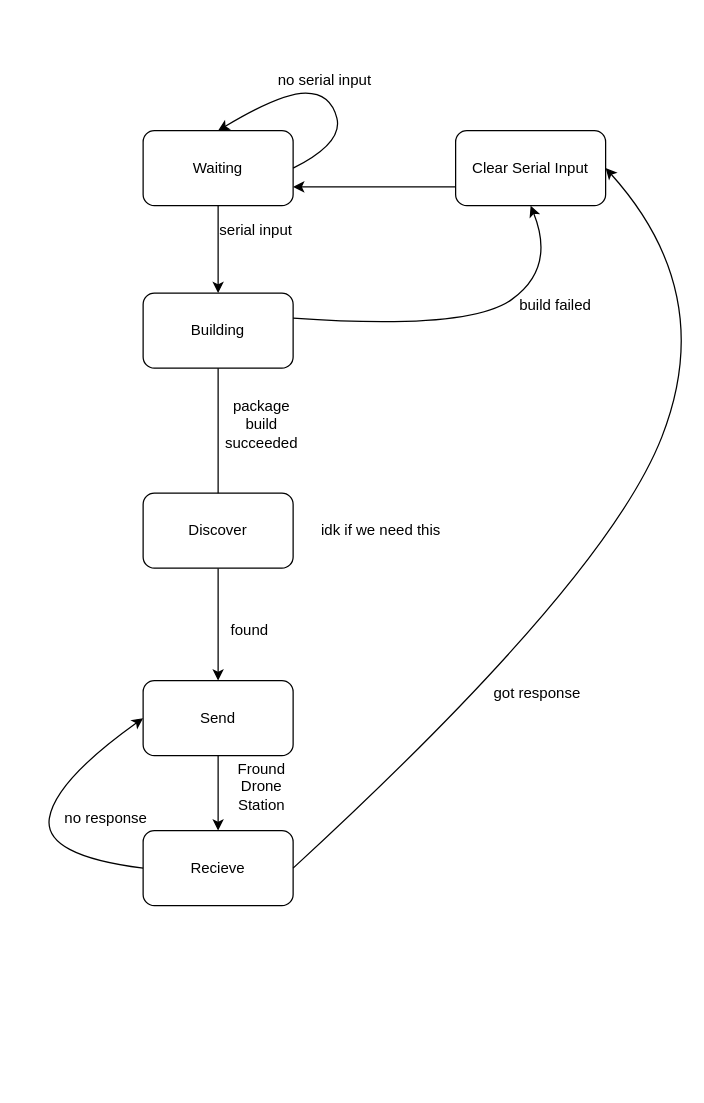
Above: documentation/Diagrams/Ground States.drawio in nkendler/esp32-lora-drone-delivery (draw.io), before the change. Source tidied: cells renumbered, new cells numbered last; positions are measured from the earlier drawing's top-left corner, leaving out a move shared by most shapes. Both pictures are drawn from the tidied source at 125%, with x=0, y=0 at pixel (42, 68).
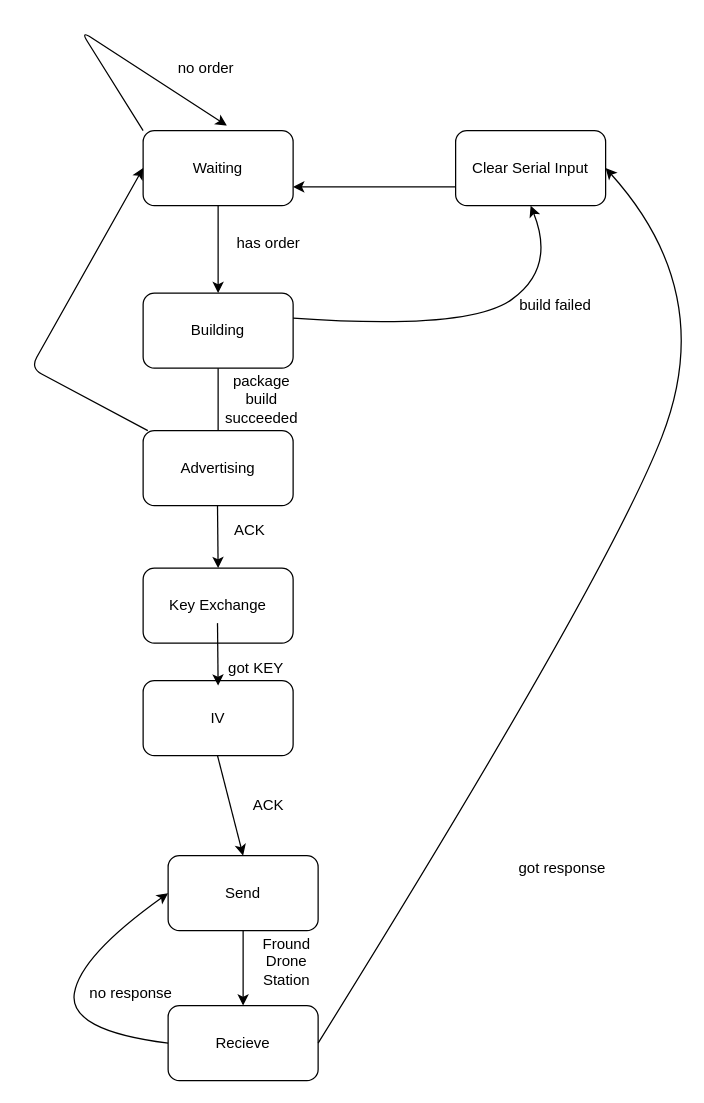
The same page after the edit.

Commit message (it also covers changes not shown here):
Adding base encryption code for ground state

The change refers to these unchanged cells:
```xml
<mxCell id="3" value="Waiting" style="rounded=1;whiteSpace=wrap;html=1;" parent="1" vertex="1">
  <mxGeometry x="80" y="50" width="120" height="60" as="geometry" />
</mxCell>
<mxCell id="5" value="Building" style="rounded=1;whiteSpace=wrap;html=1;" parent="1" vertex="1">
  <mxGeometry x="80" y="180" width="120" height="60" as="geometry" />
</mxCell>
```

Diff of the diagram source:
```diff
@@
+    <mxCell id="26" style="edgeStyle=none;html=1;exitX=0;exitY=0;exitDx=0;exitDy=0;entryX=0.558;entryY=-0.067;entryDx=0;entryDy=0;entryPerimeter=0;" parent="1" edge="1" source="3" target="3">
+      <mxGeometry relative="1" as="geometry">
+        <Array as="points">
+          <mxPoint x="30" y="-30" />
+        </Array>
+      </mxGeometry>
+    </mxCell>
@@
-    <mxCell id="4" style="edgeStyle=none;html=1;startArrow=none;" parent="1" edge="1" source="19" target="7">
-      <mxGeometry relative="1" as="geometry" />
-    </mxCell>
@@
     <mxCell id="7" value="Send" style="rounded=1;whiteSpace=wrap;html=1;" parent="1" vertex="1">
-      <mxGeometry x="80" y="490" width="120" height="60" as="geometry" />
+      <mxGeometry x="100" y="630" width="120" height="60" as="geometry" />
     </mxCell>
     <mxCell id="8" value="Recieve" style="rounded=1;whiteSpace=wrap;html=1;" parent="1" vertex="1">
-      <mxGeometry x="80" y="610" width="120" height="60" as="geometry" />
+      <mxGeometry x="100" y="750" width="120" height="60" as="geometry" />
     </mxCell>
-    <mxCell id="9" style="curved=1;endArrow=classic;html=1;entryX=0.5;entryY=0;entryDx=0;entryDy=0;" parent="1" edge="1" target="3">
-      <mxGeometry relative="1" as="geometry">
-        <mxPoint x="200" y="80" as="sourcePoint" />
-        <Array as="points">
-          <mxPoint x="240" y="60" />
-          <mxPoint x="230" y="20" />
-          <mxPoint x="190" y="20" />
-        </Array>
-      </mxGeometry>
-    </mxCell>
-    <mxCell id="10" value="no serial input" style="text;html=1;align=center;verticalAlign=middle;strokeColor=none;fillColor=none;" parent="1" vertex="1">
-      <mxGeometry x="180" width="90" height="20" as="geometry" />
-    </mxCell>
-    <mxCell id="11" value="serial input" style="text;html=1;align=center;verticalAlign=middle;strokeColor=none;fillColor=none;" parent="1" vertex="1">
-      <mxGeometry x="135" y="120" width="70" height="20" as="geometry" />
-    </mxCell>
     <mxCell id="12" value="package build succeeded" style="text;html=1;strokeColor=none;fillColor=none;align=center;verticalAlign=middle;whiteSpace=wrap;rounded=0;" parent="1" vertex="1">
-      <mxGeometry x="145" y="270" width="60" height="30" as="geometry" />
+      <mxGeometry x="145" y="250" width="60" height="30" as="geometry" />
     </mxCell>
     <mxCell id="13" value="Fround Drone Station" style="text;html=1;strokeColor=none;fillColor=none;align=center;verticalAlign=middle;whiteSpace=wrap;rounded=0;" parent="1" vertex="1">
-      <mxGeometry x="145" y="560" width="60" height="30" as="geometry" />
+      <mxGeometry x="165" y="700" width="60" height="30" as="geometry" />
     </mxCell>
@@
-    <mxCell id="19" value="Discover" style="rounded=1;whiteSpace=wrap;html=1;" parent="1" vertex="1">
-      <mxGeometry x="80" y="340" width="120" height="60" as="geometry" />
-    </mxCell>
-    <mxCell id="20" style="edgeStyle=none;html=1;endArrow=none;" parent="1" edge="1" source="5" target="19">
-      <mxGeometry relative="1" as="geometry" />
+    <mxCell id="20" style="edgeStyle=none;html=1;endArrow=none;" parent="1" edge="1" source="5">
+      <mxGeometry relative="1" as="geometry">
+        <mxPoint x="140" y="290" as="targetPoint" />
+      </mxGeometry>
     </mxCell>
-    <mxCell id="21" value="found&lt;br&gt;" style="text;html=1;align=center;verticalAlign=middle;strokeColor=none;fillColor=none;" parent="1" vertex="1">
-      <mxGeometry x="140" y="440" width="50" height="20" as="geometry" />
+    <mxCell id="21" value="ACK" style="text;html=1;align=center;verticalAlign=middle;strokeColor=none;fillColor=none;" parent="1" vertex="1">
+      <mxGeometry x="145" y="360" width="40" height="20" as="geometry" />
     </mxCell>
     <mxCell id="22" style="curved=1;endArrow=classic;html=1;exitX=0;exitY=0.5;exitDx=0;exitDy=0;entryX=0;entryY=0.5;entryDx=0;entryDy=0;" parent="1" edge="1" source="8" target="7">
       <mxGeometry relative="1" as="geometry">
         <Array as="points">
-          <mxPoint y="630" />
-          <mxPoint x="10" y="570" />
+          <mxPoint x="20" y="770" />
+          <mxPoint x="30" y="710" />
         </Array>
       </mxGeometry>
     </mxCell>
     <mxCell id="23" value="no response" style="text;html=1;align=center;verticalAlign=middle;strokeColor=none;fillColor=none;" parent="1" vertex="1">
-      <mxGeometry x="10" y="590" width="80" height="20" as="geometry" />
+      <mxGeometry x="30" y="730" width="80" height="20" as="geometry" />
     </mxCell>
-    <mxCell id="24" value="idk if we need this&lt;br&gt;" style="text;html=1;align=center;verticalAlign=middle;strokeColor=none;fillColor=none;" parent="1" vertex="1">
-      <mxGeometry x="215" y="360" width="110" height="20" as="geometry" />
-    </mxCell>
     <mxCell id="25" value="got response" style="text;html=1;align=center;verticalAlign=middle;strokeColor=none;fillColor=none;" parent="1" vertex="1">
-      <mxGeometry x="355" y="490" width="80" height="20" as="geometry" />
+      <mxGeometry x="375" y="630" width="80" height="20" as="geometry" />
     </mxCell>
+    <mxCell id="27" style="edgeStyle=none;html=1;entryX=0;entryY=0.5;entryDx=0;entryDy=0;" parent="1" edge="1" source="28" target="3">
+      <mxGeometry relative="1" as="geometry">
+        <Array as="points">
+          <mxPoint x="-10" y="240" />
+        </Array>
+      </mxGeometry>
+    </mxCell>
+    <mxCell id="28" value="Advertising" style="rounded=1;whiteSpace=wrap;html=1;" parent="1" vertex="1">
+      <mxGeometry x="80" y="290" width="120" height="60" as="geometry" />
+    </mxCell>
+    <mxCell id="29" style="edgeStyle=none;html=1;" parent="1" edge="1">
+      <mxGeometry relative="1" as="geometry">
+        <mxPoint x="139.5" y="350" as="sourcePoint" />
+        <mxPoint x="140" y="400" as="targetPoint" />
+      </mxGeometry>
+    </mxCell>
+    <mxCell id="30" value="Key Exchange" style="rounded=1;whiteSpace=wrap;html=1;" parent="1" vertex="1">
+      <mxGeometry x="80" y="400" width="120" height="60" as="geometry" />
+    </mxCell>
+    <mxCell id="31" value="IV" style="rounded=1;whiteSpace=wrap;html=1;" parent="1" vertex="1">
+      <mxGeometry x="80" y="490" width="120" height="60" as="geometry" />
+    </mxCell>
+    <mxCell id="32" style="edgeStyle=none;html=1;" parent="1" edge="1">
+      <mxGeometry relative="1" as="geometry">
+        <mxPoint x="139.5" y="444" as="sourcePoint" />
+        <mxPoint x="140" y="494" as="targetPoint" />
+      </mxGeometry>
+    </mxCell>
+    <mxCell id="33" style="edgeStyle=none;html=1;entryX=0.5;entryY=0;entryDx=0;entryDy=0;" parent="1" edge="1" target="7">
+      <mxGeometry relative="1" as="geometry">
+        <mxPoint x="139.5" y="550" as="sourcePoint" />
+      </mxGeometry>
+    </mxCell>
+    <mxCell id="34" value="ACK" style="text;html=1;align=center;verticalAlign=middle;strokeColor=none;fillColor=none;" parent="1" vertex="1">
+      <mxGeometry x="160" y="580" width="40" height="20" as="geometry" />
+    </mxCell>
+    <mxCell id="35" value="got KEY" style="text;html=1;align=center;verticalAlign=middle;strokeColor=none;fillColor=none;" parent="1" vertex="1">
+      <mxGeometry x="140" y="470" width="60" height="20" as="geometry" />
+    </mxCell>
+    <mxCell id="36" value="no order" style="text;html=1;align=center;verticalAlign=middle;strokeColor=none;fillColor=none;" parent="1" vertex="1">
+      <mxGeometry x="100" y="-10" width="60" height="20" as="geometry" />
+    </mxCell>
+    <mxCell id="37" value="has order" style="text;html=1;align=center;verticalAlign=middle;strokeColor=none;fillColor=none;" parent="1" vertex="1">
+      <mxGeometry x="145" y="130" width="70" height="20" as="geometry" />
+    </mxCell>
```
